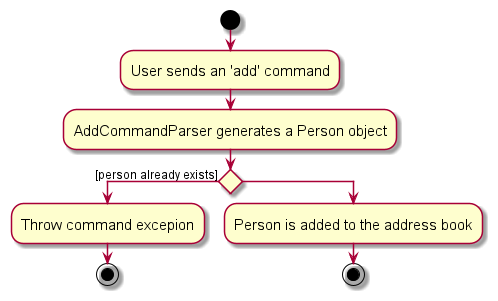
Earlier version of the PlantUML export docs/images/AddCommandActivityDiagram.png (nus-cs2103-AY2324S2/tp).
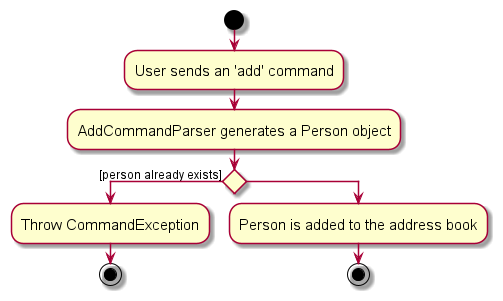
The same diagram one commit later.

What changed in the source:
```diff
@@ -6,7 +6,7 @@
 :User sends an 'add' command;
 :AddCommandParser generates a Person object;
 if () then ([person already exists])
-    :Throw command excepion;
+    :Throw CommandException;
 stop
 else
 :Person is added to the address book;
```
